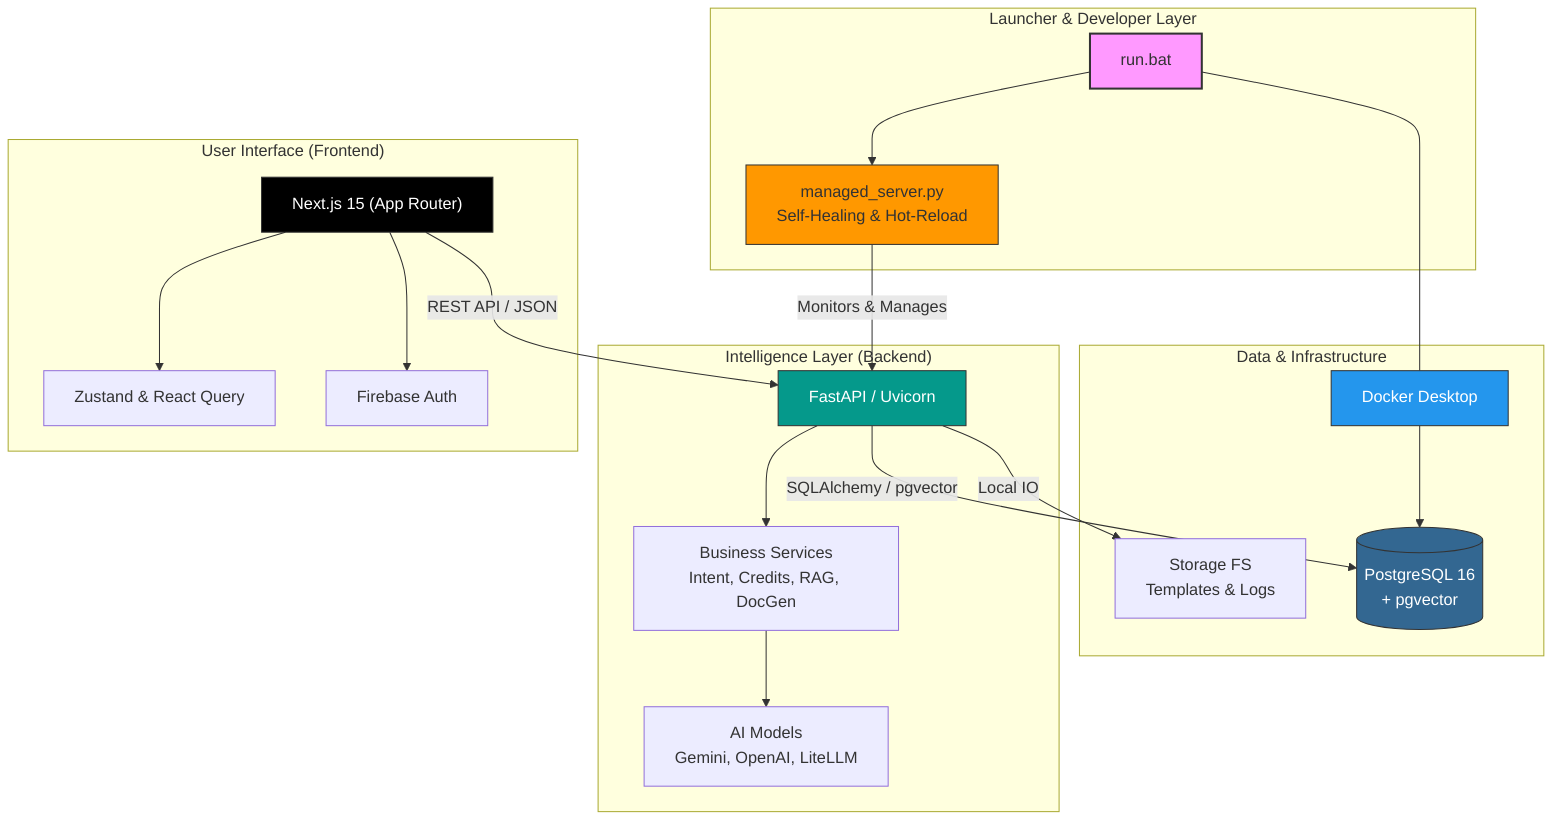
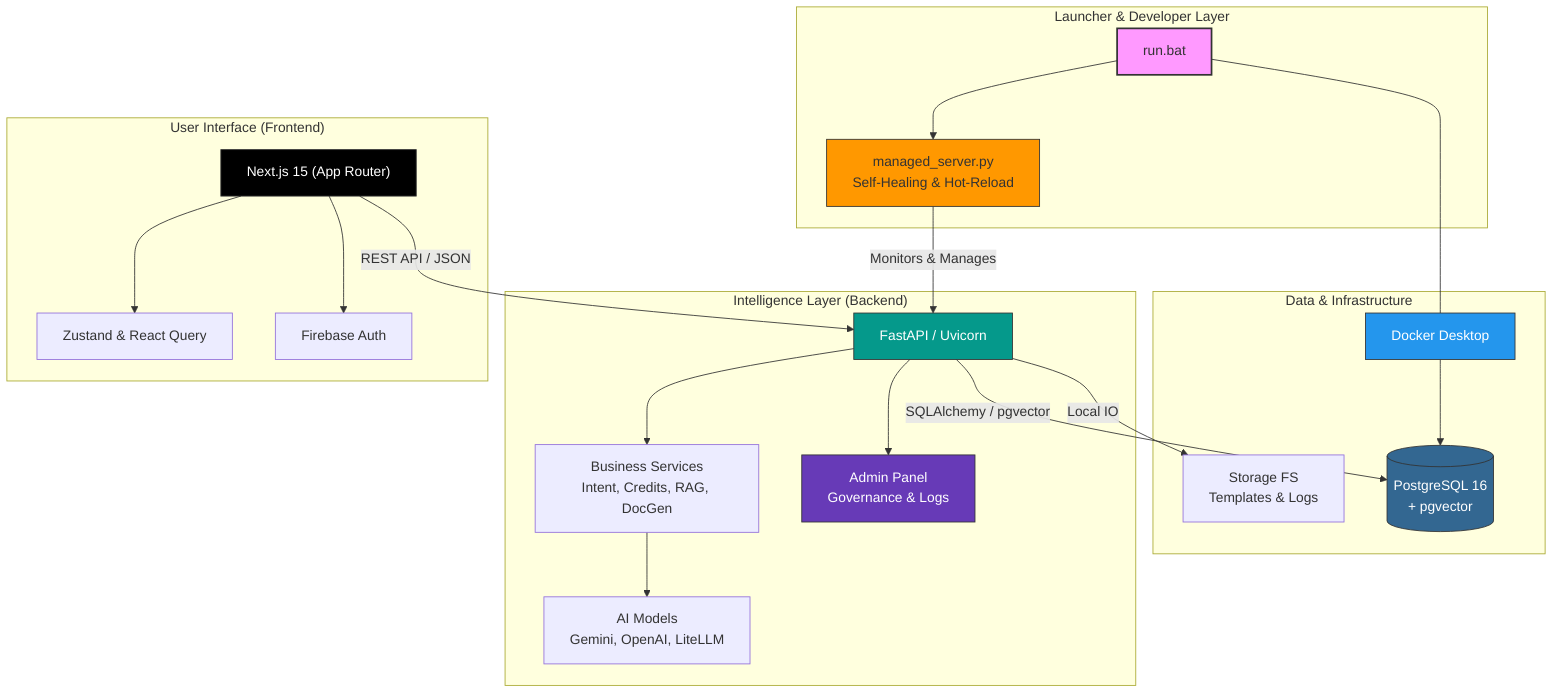
graph TB
    subgraph Launcher["Launcher & Developer Layer"]
        RUN[run.bat]
        Watchdog[managed_server.py\nSelf-Healing & Hot-Reload]
        RUN --> Watchdog
    end

    subgraph UserInterface["User Interface (Frontend)"]
        NextJS["Next.js 15 (App Router)"]
        Auth[Firebase Auth]
        Store[Zustand & React Query]
        NextJS --> Store
        NextJS --> Auth
    end

    subgraph BackendAPI["Intelligence Layer (Backend)"]
        FastAPI["FastAPI / Uvicorn"]
        Services["Business Services\nIntent, Credits, RAG, DocGen"]
+         AdminUI["Admin Panel\nGovernance & Logs"]
        LLM[AI Models\nGemini, OpenAI, LiteLLM]
        FastAPI --> Services
+         FastAPI --> AdminUI
        Services --> LLM
    end

    subgraph DataPersistence["Data & Infrastructure"]
        Docker["Docker Desktop"]
        Postgres[(PostgreSQL 16\n+ pgvector)]
        Storage["Storage FS\nTemplates & Logs"]
        Docker --> Postgres
    end

    %% Connectivity
    RUN --- Docker
    NextJS -- "REST API / JSON" --> FastAPI
    Watchdog -- "Monitors & Manages" --> FastAPI
    FastAPI -- "SQLAlchemy / pgvector" --> Postgres
    FastAPI -- "Local IO" --> Storage

    %% Styling
    style RUN fill:#f9f,stroke:#333,stroke-width:2px
    style NextJS fill:#000,color:#fff,stroke:#333
    style FastAPI fill:#05998b,color:#fff,stroke:#333
+     style AdminUI fill:#673ab7,color:#fff,stroke:#333
    style Postgres fill:#336791,color:#fff,stroke:#333
    style Docker fill:#2496ed,color:#fff,stroke:#333
    style Watchdog fill:#ff9800,stroke:#333
